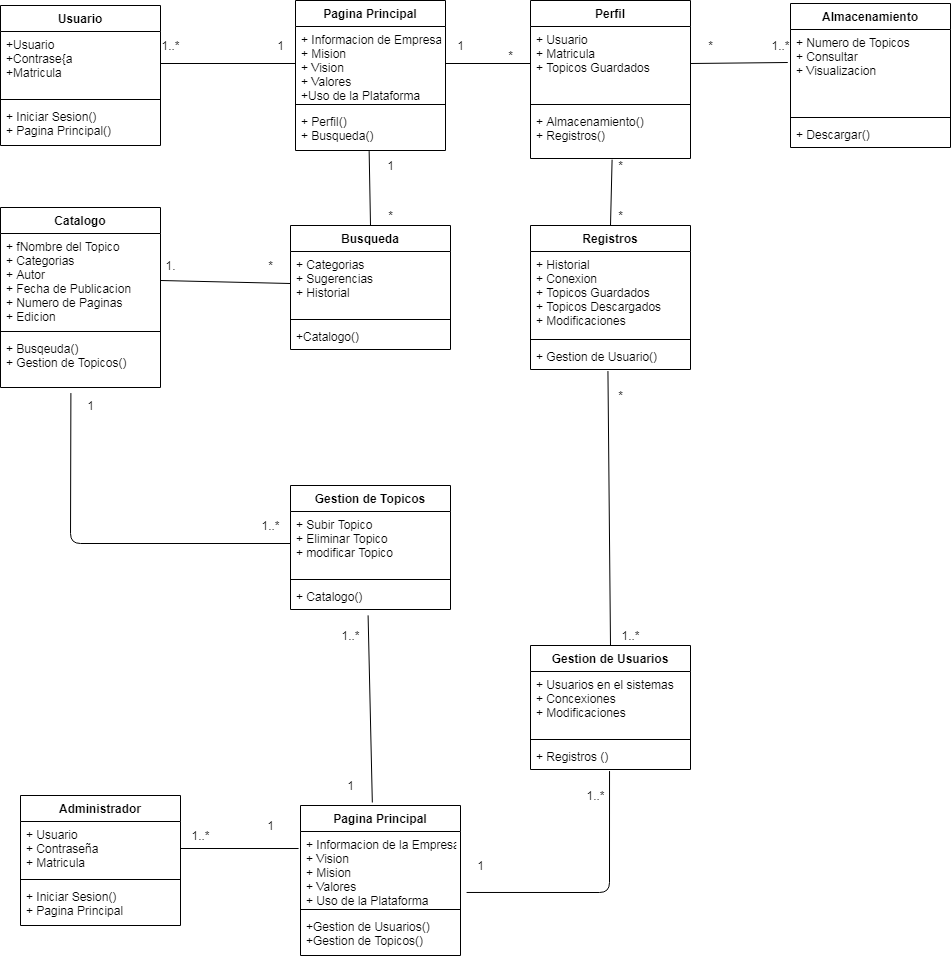
Before: Diagramas/D_Clases.drawio.png, a diagram exported from draw.io (GuillermoSoria97/Analisis_Avanzado_de_Software). Source tidied: cells renumbered, new cells last; positions are measured from the earlier drawing's top-left corner, leaving out a move shared by most shapes.
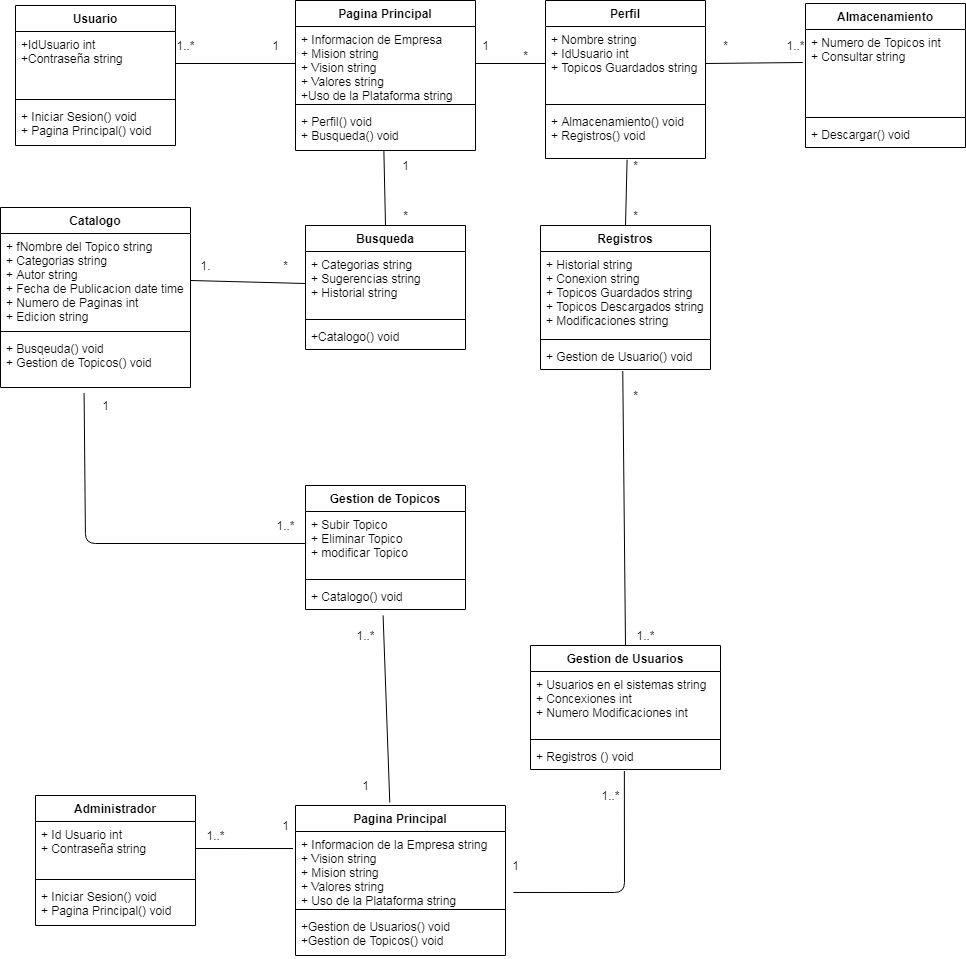
Later version of the same file.

Change to the diagram source:
```diff
@@ -5,122 +5,122 @@
     <mxCell id="2" value="Usuario" style="swimlane;fontStyle=1;align=center;verticalAlign=top;horizontal=1;startSize=26;" parent="1" vertex="1">
       <mxGeometry y="5" width="160" height="140" as="geometry" />
     </mxCell>
-    <mxCell id="3" value="+Usuario&#10;+Contrase{a&#10;+Matricula" style="text;strokeColor=none;fillColor=none;align=left;verticalAlign=top;spacingLeft=4;spacingRight=4;overflow=hidden;points=[[0,0.5],[1,0.5]];portConstraint=eastwest;" parent="2" vertex="1">
+    <mxCell id="3" value="+IdUsuario int&#10;+Contraseña string&#10;" style="text;strokeColor=none;fillColor=none;align=left;verticalAlign=top;spacingLeft=4;spacingRight=4;overflow=hidden;points=[[0,0.5],[1,0.5]];portConstraint=eastwest;" parent="2" vertex="1">
       <mxGeometry y="26" width="160" height="64" as="geometry" />
     </mxCell>
     <mxCell id="4" style="line;strokeWidth=1;fillColor=none;align=left;verticalAlign=middle;spacingTop=-1;spacingLeft=3;spacingRight=3;labelPosition=right;" parent="2" vertex="1">
       <mxGeometry y="90" width="160" height="8" as="geometry" />
     </mxCell>
-    <mxCell id="5" value="+ Iniciar Sesion()&#10;+ Pagina Principal()&#10;" style="text;strokeColor=none;fillColor=none;align=left;verticalAlign=top;spacingLeft=4;spacingRight=4;overflow=hidden;" parent="2" vertex="1">
+    <mxCell id="5" value="+ Iniciar Sesion() void&#10;+ Pagina Principal() void&#10;" style="text;strokeColor=none;fillColor=none;align=left;verticalAlign=top;spacingLeft=4;spacingRight=4;overflow=hidden;" parent="2" vertex="1">
       <mxGeometry y="98" width="160" height="42" as="geometry" />
     </mxCell>
     <mxCell id="6" value="Pagina Principal" style="swimlane;fontStyle=1;align=center;verticalAlign=top;horizontal=1;startSize=26;" parent="1" vertex="1">
-      <mxGeometry x="295" width="150" height="150" as="geometry" />
+      <mxGeometry x="280" width="180" height="150" as="geometry" />
     </mxCell>
-    <mxCell id="7" value="+ Informacion de Empresa&#10;+ Mision&#10;+ Vision&#10;+ Valores&#10;+Uso de la Plataforma&#10;" style="text;strokeColor=none;fillColor=none;align=left;verticalAlign=top;spacingLeft=4;spacingRight=4;overflow=hidden;points=[[0,0.5],[1,0.5]];portConstraint=eastwest;" parent="6" vertex="1">
-      <mxGeometry y="26" width="150" height="74" as="geometry" />
+    <mxCell id="7" value="+ Informacion de Empresa&#10;+ Mision string&#10;+ Vision string&#10;+ Valores string&#10;+Uso de la Plataforma string&#10;" style="text;strokeColor=none;fillColor=none;align=left;verticalAlign=top;spacingLeft=4;spacingRight=4;overflow=hidden;points=[[0,0.5],[1,0.5]];portConstraint=eastwest;" parent="6" vertex="1">
+      <mxGeometry y="26" width="180" height="74" as="geometry" />
     </mxCell>
     <mxCell id="8" style="line;strokeWidth=1;fillColor=none;align=left;verticalAlign=middle;spacingTop=-1;spacingLeft=3;spacingRight=3;labelPosition=right;" parent="6" vertex="1">
-      <mxGeometry y="100" width="150" height="8" as="geometry" />
+      <mxGeometry y="100" width="180" height="8" as="geometry" />
     </mxCell>
-    <mxCell id="9" value="+ Perfil()&#10;+ Busqueda()" style="text;strokeColor=none;fillColor=none;align=left;verticalAlign=top;spacingLeft=4;spacingRight=4;overflow=hidden;points=[[0,0.5],[1,0.5]];portConstraint=eastwest;" parent="6" vertex="1">
-      <mxGeometry y="108" width="150" height="42" as="geometry" />
+    <mxCell id="9" value="+ Perfil() void&#10;+ Busqueda() void" style="text;strokeColor=none;fillColor=none;align=left;verticalAlign=top;spacingLeft=4;spacingRight=4;overflow=hidden;points=[[0,0.5],[1,0.5]];portConstraint=eastwest;" parent="6" vertex="1">
+      <mxGeometry y="108" width="180" height="42" as="geometry" />
     </mxCell>
     <mxCell id="10" value="Perfil" style="swimlane;fontStyle=1;align=center;verticalAlign=top;horizontal=1;startSize=26;" parent="1" vertex="1">
       <mxGeometry x="530" width="160" height="158" as="geometry" />
     </mxCell>
-    <mxCell id="11" value="+ Usuario&#10;+ Matricula&#10;+ Topicos Guardados" style="text;strokeColor=none;fillColor=none;align=left;verticalAlign=top;spacingLeft=4;spacingRight=4;overflow=hidden;points=[[0,0.5],[1,0.5]];portConstraint=eastwest;" parent="10" vertex="1">
+    <mxCell id="11" value="+ Nombre string&#10;+ IdUsuario int&#10;+ Topicos Guardados string" style="text;strokeColor=none;fillColor=none;align=left;verticalAlign=top;spacingLeft=4;spacingRight=4;overflow=hidden;points=[[0,0.5],[1,0.5]];portConstraint=eastwest;" parent="10" vertex="1">
       <mxGeometry y="26" width="160" height="74" as="geometry" />
     </mxCell>
     <mxCell id="12" style="line;strokeWidth=1;fillColor=none;align=left;verticalAlign=middle;spacingTop=-1;spacingLeft=3;spacingRight=3;labelPosition=right;" parent="10" vertex="1">
       <mxGeometry y="100" width="160" height="8" as="geometry" />
     </mxCell>
-    <mxCell id="13" value="+ Almacenamiento()&#10;+ Registros()&#10;" style="text;strokeColor=none;fillColor=none;align=left;verticalAlign=top;spacingLeft=4;spacingRight=4;overflow=hidden;points=[[0,0.5],[1,0.5]];portConstraint=eastwest;" parent="10" vertex="1">
+    <mxCell id="13" value="+ Almacenamiento() void&#10;+ Registros() void&#10;" style="text;strokeColor=none;fillColor=none;align=left;verticalAlign=top;spacingLeft=4;spacingRight=4;overflow=hidden;points=[[0,0.5],[1,0.5]];portConstraint=eastwest;" parent="10" vertex="1">
       <mxGeometry y="108" width="160" height="50" as="geometry" />
     </mxCell>
     <mxCell id="14" value="Almacenamiento" style="swimlane;fontStyle=1;align=center;verticalAlign=top;horizontal=1;startSize=26;" parent="1" vertex="1">
       <mxGeometry x="790" y="3" width="160" height="144" as="geometry" />
     </mxCell>
-    <mxCell id="15" value="+ Numero de Topicos&#10;+ Consultar&#10;+ Visualizacion" style="text;strokeColor=none;fillColor=none;align=left;verticalAlign=top;spacingLeft=4;spacingRight=4;overflow=hidden;points=[[0,0.5],[1,0.5]];portConstraint=eastwest;" parent="14" vertex="1">
+    <mxCell id="15" value="+ Numero de Topicos int&#10;+ Consultar string&#10;" style="text;strokeColor=none;fillColor=none;align=left;verticalAlign=top;spacingLeft=4;spacingRight=4;overflow=hidden;points=[[0,0.5],[1,0.5]];portConstraint=eastwest;" parent="14" vertex="1">
       <mxGeometry y="26" width="160" height="84" as="geometry" />
     </mxCell>
     <mxCell id="16" style="line;strokeWidth=1;fillColor=none;align=left;verticalAlign=middle;spacingTop=-1;spacingLeft=3;spacingRight=3;labelPosition=right;" parent="14" vertex="1">
       <mxGeometry y="110" width="160" height="8" as="geometry" />
     </mxCell>
-    <mxCell id="17" value="+ Descargar()" style="text;strokeColor=none;fillColor=none;align=left;verticalAlign=top;spacingLeft=4;spacingRight=4;overflow=hidden;" parent="14" vertex="1">
+    <mxCell id="17" value="+ Descargar() void" style="text;strokeColor=none;fillColor=none;align=left;verticalAlign=top;spacingLeft=4;spacingRight=4;overflow=hidden;" parent="14" vertex="1">
       <mxGeometry y="118" width="160" height="26" as="geometry" />
     </mxCell>
     <mxCell id="18" value="Catalogo" style="swimlane;fontStyle=1;align=center;verticalAlign=top;horizontal=1;startSize=26;" parent="1" vertex="1">
-      <mxGeometry y="207" width="160" height="180" as="geometry" />
+      <mxGeometry x="-15" y="207" width="190" height="180" as="geometry" />
     </mxCell>
-    <mxCell id="19" value="+ fNombre del Topico&#10;+ Categorias&#10;+ Autor&#10;+ Fecha de Publicacion&#10;+ Numero de Paginas&#10;+ Edicion" style="text;strokeColor=none;fillColor=none;align=left;verticalAlign=top;spacingLeft=4;spacingRight=4;overflow=hidden;points=[[0,0.5],[1,0.5]];portConstraint=eastwest;" parent="18" vertex="1">
-      <mxGeometry y="26" width="160" height="94" as="geometry" />
+    <mxCell id="19" value="+ fNombre del Topico string&#10;+ Categorias string&#10;+ Autor string&#10;+ Fecha de Publicacion date time&#10;+ Numero de Paginas int&#10;+ Edicion string" style="text;strokeColor=none;fillColor=none;align=left;verticalAlign=top;spacingLeft=4;spacingRight=4;overflow=hidden;points=[[0,0.5],[1,0.5]];portConstraint=eastwest;" parent="18" vertex="1">
+      <mxGeometry y="26" width="190" height="94" as="geometry" />
     </mxCell>
     <mxCell id="20" style="line;strokeWidth=1;fillColor=none;align=left;verticalAlign=middle;spacingTop=-1;spacingLeft=3;spacingRight=3;labelPosition=right;" parent="18" vertex="1">
-      <mxGeometry y="120" width="160" height="8" as="geometry" />
+      <mxGeometry y="120" width="190" height="8" as="geometry" />
     </mxCell>
-    <mxCell id="21" value="+ Busqeuda()&#10;+ Gestion de Topicos()" style="text;strokeColor=none;fillColor=none;align=left;verticalAlign=top;spacingLeft=4;spacingRight=4;overflow=hidden;points=[[0,0.5],[1,0.5]];portConstraint=eastwest;" parent="18" vertex="1">
-      <mxGeometry y="128" width="160" height="52" as="geometry" />
+    <mxCell id="21" value="+ Busqeuda() void&#10;+ Gestion de Topicos() void" style="text;strokeColor=none;fillColor=none;align=left;verticalAlign=top;spacingLeft=4;spacingRight=4;overflow=hidden;points=[[0,0.5],[1,0.5]];portConstraint=eastwest;" parent="18" vertex="1">
+      <mxGeometry y="128" width="190" height="52" as="geometry" />
     </mxCell>
     <mxCell id="22" value="Administrador" style="swimlane;fontStyle=1;align=center;verticalAlign=top;horizontal=1;startSize=26;" parent="1" vertex="1">
       <mxGeometry x="20" y="795" width="160" height="130" as="geometry" />
     </mxCell>
-    <mxCell id="23" value="+ Usuario&#10;+ Contraseña&#10;+ Matricula" style="text;strokeColor=none;fillColor=none;align=left;verticalAlign=top;spacingLeft=4;spacingRight=4;overflow=hidden;points=[[0,0.5],[1,0.5]];portConstraint=eastwest;" parent="22" vertex="1">
+    <mxCell id="23" value="+ Id Usuario int&#10;+ Contraseña string" style="text;strokeColor=none;fillColor=none;align=left;verticalAlign=top;spacingLeft=4;spacingRight=4;overflow=hidden;points=[[0,0.5],[1,0.5]];portConstraint=eastwest;" parent="22" vertex="1">
       <mxGeometry y="26" width="160" height="54" as="geometry" />
     </mxCell>
     <mxCell id="24" style="line;strokeWidth=1;fillColor=none;align=left;verticalAlign=middle;spacingTop=-1;spacingLeft=3;spacingRight=3;labelPosition=right;" parent="22" vertex="1">
       <mxGeometry y="80" width="160" height="8" as="geometry" />
     </mxCell>
-    <mxCell id="25" value="+ Iniciar Sesion()&#10;+ Pagina Principal" style="text;strokeColor=none;fillColor=none;align=left;verticalAlign=top;spacingLeft=4;spacingRight=4;overflow=hidden;" parent="22" vertex="1">
+    <mxCell id="25" value="+ Iniciar Sesion() void&#10;+ Pagina Principal() void" style="text;strokeColor=none;fillColor=none;align=left;verticalAlign=top;spacingLeft=4;spacingRight=4;overflow=hidden;" parent="22" vertex="1">
       <mxGeometry y="88" width="160" height="42" as="geometry" />
     </mxCell>
     <mxCell id="26" value="Busqueda" style="swimlane;fontStyle=1;align=center;verticalAlign=top;horizontal=1;startSize=26;" parent="1" vertex="1">
       <mxGeometry x="290" y="225" width="160" height="124" as="geometry" />
     </mxCell>
-    <mxCell id="27" value="+ Categorias&#10;+ Sugerencias&#10;+ Historial" style="text;strokeColor=none;fillColor=none;align=left;verticalAlign=top;spacingLeft=4;spacingRight=4;overflow=hidden;points=[[0,0.5],[1,0.5]];portConstraint=eastwest;" parent="26" vertex="1">
+    <mxCell id="27" value="+ Categorias string&#10;+ Sugerencias string&#10;+ Historial string" style="text;strokeColor=none;fillColor=none;align=left;verticalAlign=top;spacingLeft=4;spacingRight=4;overflow=hidden;points=[[0,0.5],[1,0.5]];portConstraint=eastwest;" parent="26" vertex="1">
       <mxGeometry y="26" width="160" height="64" as="geometry" />
     </mxCell>
     <mxCell id="28" style="line;strokeWidth=1;fillColor=none;align=left;verticalAlign=middle;spacingTop=-1;spacingLeft=3;spacingRight=3;labelPosition=right;" parent="26" vertex="1">
       <mxGeometry y="90" width="160" height="8" as="geometry" />
     </mxCell>
-    <mxCell id="29" value="+Catalogo()" style="text;strokeColor=none;fillColor=none;align=left;verticalAlign=top;spacingLeft=4;spacingRight=4;overflow=hidden;" parent="26" vertex="1">
+    <mxCell id="29" value="+Catalogo() void" style="text;strokeColor=none;fillColor=none;align=left;verticalAlign=top;spacingLeft=4;spacingRight=4;overflow=hidden;" parent="26" vertex="1">
       <mxGeometry y="98" width="160" height="26" as="geometry" />
     </mxCell>
     <mxCell id="30" value="Registros" style="swimlane;fontStyle=1;align=center;verticalAlign=top;horizontal=1;startSize=26;" parent="1" vertex="1">
-      <mxGeometry x="530" y="225" width="160" height="144" as="geometry" />
+      <mxGeometry x="525" y="225" width="170" height="144" as="geometry" />
     </mxCell>
-    <mxCell id="31" value="+ Historial&#10;+ Conexion&#10;+ Topicos Guardados&#10;+ Topicos Descargados&#10;+ Modificaciones" style="text;strokeColor=none;fillColor=none;align=left;verticalAlign=top;spacingLeft=4;spacingRight=4;overflow=hidden;" parent="30" vertex="1">
-      <mxGeometry y="26" width="160" height="84" as="geometry" />
+    <mxCell id="31" value="+ Historial string&#10;+ Conexion string&#10;+ Topicos Guardados string&#10;+ Topicos Descargados string&#10;+ Modificaciones string" style="text;strokeColor=none;fillColor=none;align=left;verticalAlign=top;spacingLeft=4;spacingRight=4;overflow=hidden;" parent="30" vertex="1">
+      <mxGeometry y="26" width="170" height="84" as="geometry" />
     </mxCell>
     <mxCell id="32" style="line;strokeWidth=1;fillColor=none;align=left;verticalAlign=middle;spacingTop=-1;spacingLeft=3;spacingRight=3;labelPosition=right;" parent="30" vertex="1">
-      <mxGeometry y="110" width="160" height="8" as="geometry" />
+      <mxGeometry y="110" width="170" height="8" as="geometry" />
     </mxCell>
-    <mxCell id="33" value="+ Gestion de Usuario()" style="text;strokeColor=none;fillColor=none;align=left;verticalAlign=top;spacingLeft=4;spacingRight=4;overflow=hidden;points=[[0,0.5],[1,0.5]];portConstraint=eastwest;" parent="30" vertex="1">
-      <mxGeometry y="118" width="160" height="26" as="geometry" />
+    <mxCell id="33" value="+ Gestion de Usuario() void" style="text;strokeColor=none;fillColor=none;align=left;verticalAlign=top;spacingLeft=4;spacingRight=4;overflow=hidden;points=[[0,0.5],[1,0.5]];portConstraint=eastwest;" parent="30" vertex="1">
+      <mxGeometry y="118" width="170" height="26" as="geometry" />
     </mxCell>
     <mxCell id="34" value="Pagina Principal" style="swimlane;fontStyle=1;align=center;verticalAlign=top;horizontal=1;startSize=26;" parent="1" vertex="1">
-      <mxGeometry x="300" y="805" width="160" height="150" as="geometry" />
+      <mxGeometry x="280" y="805" width="210" height="150" as="geometry" />
     </mxCell>
-    <mxCell id="35" value="+ Informacion de la Empresa&#10;+ Vision&#10;+ Mision&#10;+ Valores&#10;+ Uso de la Plataforma" style="text;strokeColor=none;fillColor=none;align=left;verticalAlign=top;spacingLeft=4;spacingRight=4;overflow=hidden;points=[[0,0.5],[1,0.5]];portConstraint=eastwest;" parent="34" vertex="1">
-      <mxGeometry y="26" width="160" height="74" as="geometry" />
+    <mxCell id="35" value="+ Informacion de la Empresa string&#10;+ Vision string&#10;+ Mision string&#10;+ Valores string&#10;+ Uso de la Plataforma string" style="text;strokeColor=none;fillColor=none;align=left;verticalAlign=top;spacingLeft=4;spacingRight=4;overflow=hidden;points=[[0,0.5],[1,0.5]];portConstraint=eastwest;" parent="34" vertex="1">
+      <mxGeometry y="26" width="210" height="74" as="geometry" />
     </mxCell>
     <mxCell id="36" style="line;strokeWidth=1;fillColor=none;align=left;verticalAlign=middle;spacingTop=-1;spacingLeft=3;spacingRight=3;labelPosition=right;" parent="34" vertex="1">
-      <mxGeometry y="100" width="160" height="8" as="geometry" />
+      <mxGeometry y="100" width="210" height="8" as="geometry" />
     </mxCell>
-    <mxCell id="37" value="+Gestion de Usuarios()&#10;+Gestion de Topicos()" style="text;strokeColor=none;fillColor=none;align=left;verticalAlign=top;spacingLeft=4;spacingRight=4;overflow=hidden;" parent="34" vertex="1">
-      <mxGeometry y="108" width="160" height="42" as="geometry" />
+    <mxCell id="37" value="+Gestion de Usuarios() void&#10;+Gestion de Topicos() void" style="text;strokeColor=none;fillColor=none;align=left;verticalAlign=top;spacingLeft=4;spacingRight=4;overflow=hidden;" parent="34" vertex="1">
+      <mxGeometry y="108" width="210" height="42" as="geometry" />
     </mxCell>
     <mxCell id="38" value="Gestion de Usuarios" style="swimlane;fontStyle=1;align=center;verticalAlign=top;horizontal=1;startSize=26;" parent="1" vertex="1">
-      <mxGeometry x="530" y="645" width="160" height="124" as="geometry" />
+      <mxGeometry x="515" y="645" width="190" height="124" as="geometry" />
     </mxCell>
-    <mxCell id="39" value="+ Usuarios en el sistemas&#10;+ Concexiones&#10;+ Modificaciones" style="text;strokeColor=none;fillColor=none;align=left;verticalAlign=top;spacingLeft=4;spacingRight=4;overflow=hidden;" parent="38" vertex="1">
-      <mxGeometry y="26" width="160" height="64" as="geometry" />
+    <mxCell id="39" value="+ Usuarios en el sistemas string&#10;+ Concexiones int&#10;+ Numero Modificaciones int" style="text;strokeColor=none;fillColor=none;align=left;verticalAlign=top;spacingLeft=4;spacingRight=4;overflow=hidden;" parent="38" vertex="1">
+      <mxGeometry y="26" width="190" height="64" as="geometry" />
     </mxCell>
     <mxCell id="40" style="line;strokeWidth=1;fillColor=none;align=left;verticalAlign=middle;spacingTop=-1;spacingLeft=3;spacingRight=3;labelPosition=right;" parent="38" vertex="1">
-      <mxGeometry y="90" width="160" height="8" as="geometry" />
+      <mxGeometry y="90" width="190" height="8" as="geometry" />
     </mxCell>
-    <mxCell id="41" value="+ Registros ()" style="text;strokeColor=none;fillColor=none;align=left;verticalAlign=top;spacingLeft=4;spacingRight=4;overflow=hidden;points=[[0,0.5],[1,0.5]];portConstraint=eastwest;" parent="38" vertex="1">
-      <mxGeometry y="98" width="160" height="26" as="geometry" />
+    <mxCell id="41" value="+ Registros () void" style="text;strokeColor=none;fillColor=none;align=left;verticalAlign=top;spacingLeft=4;spacingRight=4;overflow=hidden;points=[[0,0.5],[1,0.5]];portConstraint=eastwest;" parent="38" vertex="1">
+      <mxGeometry y="98" width="190" height="26" as="geometry" />
     </mxCell>
     <mxCell id="42" value="Gestion de Topicos" style="swimlane;fontStyle=1;align=center;verticalAlign=top;horizontal=1;startSize=26;" parent="1" vertex="1">
       <mxGeometry x="290" y="485" width="160" height="124" as="geometry" />
@@ -131,7 +131,7 @@
     <mxCell id="44" style="line;strokeWidth=1;fillColor=none;align=left;verticalAlign=middle;spacingTop=-1;spacingLeft=3;spacingRight=3;labelPosition=right;" parent="42" vertex="1">
       <mxGeometry y="90" width="160" height="8" as="geometry" />
     </mxCell>
-    <mxCell id="45" value="+ Catalogo()" style="text;strokeColor=none;fillColor=none;align=left;verticalAlign=top;spacingLeft=4;spacingRight=4;overflow=hidden;points=[[0,0.5],[1,0.5]];portConstraint=eastwest;" parent="42" vertex="1">
+    <mxCell id="45" value="+ Catalogo() void" style="text;strokeColor=none;fillColor=none;align=left;verticalAlign=top;spacingLeft=4;spacingRight=4;overflow=hidden;points=[[0,0.5],[1,0.5]];portConstraint=eastwest;" parent="42" vertex="1">
       <mxGeometry y="98" width="160" height="26" as="geometry" />
     </mxCell>
     <mxCell id="46" style="endArrow=none;html=1;exitX=1;exitY=0.5;exitDx=0;exitDy=0;entryX=0;entryY=0.5;entryDx=0;entryDy=0;" parent="1" edge="1" source="3" target="7">
@@ -176,13 +176,13 @@
       <mxGeometry relative="1" as="geometry" />
     </mxCell>
     <mxCell id="57" value="1" style="text;html=1;align=center;verticalAlign=middle;" parent="1" vertex="1">
-      <mxGeometry x="270" y="35" width="20" height="20" as="geometry" />
+      <mxGeometry x="250" y="35" width="20" height="20" as="geometry" />
     </mxCell>
     <mxCell id="58" value="1..*" style="text;html=1;align=center;verticalAlign=middle;" parent="1" vertex="1">
       <mxGeometry x="155" y="35" width="30" height="20" as="geometry" />
     </mxCell>
     <mxCell id="59" value="1" style="text;html=1;align=center;verticalAlign=middle;" parent="1" vertex="1">
-      <mxGeometry x="450" y="35" width="20" height="20" as="geometry" />
+      <mxGeometry x="460" y="35" width="20" height="20" as="geometry" />
     </mxCell>
     <mxCell id="60" value="*" style="text;html=1;align=center;verticalAlign=middle;" parent="1" vertex="1">
       <mxGeometry x="500" y="45" width="20" height="20" as="geometry" />
@@ -209,7 +209,7 @@
       <mxGeometry x="260" y="255" width="20" height="20" as="geometry" />
     </mxCell>
     <mxCell id="68" value="1." style="text;html=1;align=center;verticalAlign=middle;" parent="1" vertex="1">
-      <mxGeometry x="155" y="255" width="30" height="20" as="geometry" />
+      <mxGeometry x="175" y="255" width="30" height="20" as="geometry" />
     </mxCell>
     <mxCell id="69" value="1" style="text;html=1;align=center;verticalAlign=middle;" parent="1" vertex="1">
       <mxGeometry x="80" y="395" width="20" height="20" as="geometry" />
@@ -236,7 +236,7 @@
       <mxGeometry x="335" y="625" width="30" height="20" as="geometry" />
     </mxCell>
     <mxCell id="77" value="1" style="text;html=1;align=center;verticalAlign=middle;" parent="1" vertex="1">
-      <mxGeometry x="470" y="855" width="20" height="20" as="geometry" />
+      <mxGeometry x="490" y="855" width="20" height="20" as="geometry" />
     </mxCell>
     <mxCell id="78" value="1..*" style="text;html=1;align=center;verticalAlign=middle;" parent="1" vertex="1">
       <mxGeometry x="580" y="785" width="30" height="20" as="geometry" />
```
